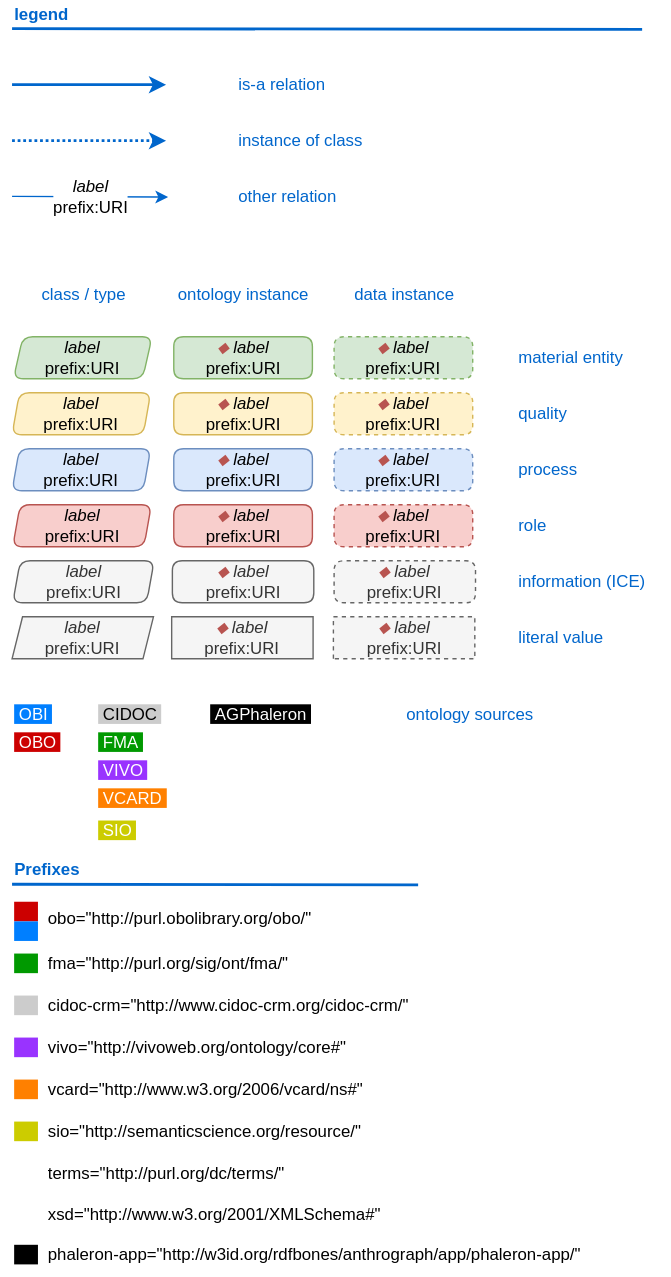
RDFBones/RDFBonesGraphics keeps this draw.io diagram as NetworkGraphics/NetworkGraphLegend.svg. Above is the earlier version. Source tidied: cells renumbered, new cells last; positions are measured from the earlier drawing's top-left corner, leaving out a move shared by most shapes.
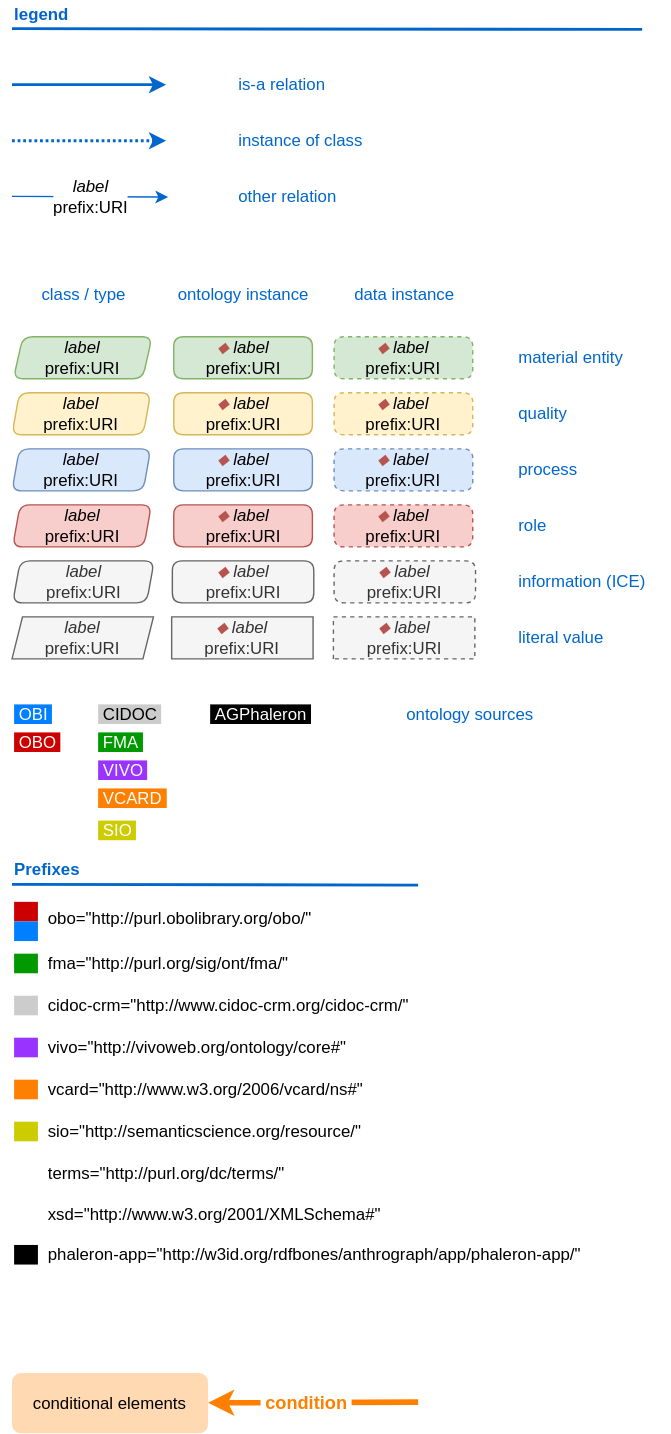
After the commit.

Commit message:
Added signature for data items for which entry is optional.

Diff of the diagram source:
```diff
@@ -229,5 +229,18 @@
     <mxCell id="71" value="sio=&quot;http://semanticscience.org/resource/&lt;span&gt;&quot;&lt;/span&gt;" style="text;html=1;strokeColor=none;fillColor=none;align=left;verticalAlign=middle;whiteSpace=wrap;rounded=0;labelBackgroundColor=none;" parent="69" vertex="1">
       <mxGeometry x="23.7" width="266.3" height="30" as="geometry" />
     </mxCell>
+    <mxCell id="72" value="conditional elements" style="rounded=1;whiteSpace=wrap;html=1;fillColor=#FF8000;strokeColor=none;fillOpacity=30;" parent="1" vertex="1">
+      <mxGeometry y="980" width="140" height="43" as="geometry" />
+    </mxCell>
+    <mxCell id="73" style="rounded=0;jettySize=auto;html=1;strokeColor=#FF8000;strokeWidth=4;" parent="1" edge="1" target="72">
+      <mxGeometry relative="1" as="geometry">
+        <mxPoint x="290" y="1000.7" as="sourcePoint" />
+      </mxGeometry>
+    </mxCell>
+    <mxCell id="74" value="&lt;b&gt;&lt;font style=&quot;font-size: 13px&quot; color=&quot;#ff8000&quot;&gt;&amp;nbsp;condition&amp;nbsp;&lt;/font&gt;&lt;/b&gt;" style="edgeLabel;html=1;align=center;verticalAlign=middle;fontColor=#0066CC;" parent="73" vertex="1">
+      <mxGeometry x="0.2" y="-2" relative="1" as="geometry">
+        <mxPoint x="10" y="1" as="offset" />
+      </mxGeometry>
+    </mxCell>
   </root>
 </mxGraphModel>
```
